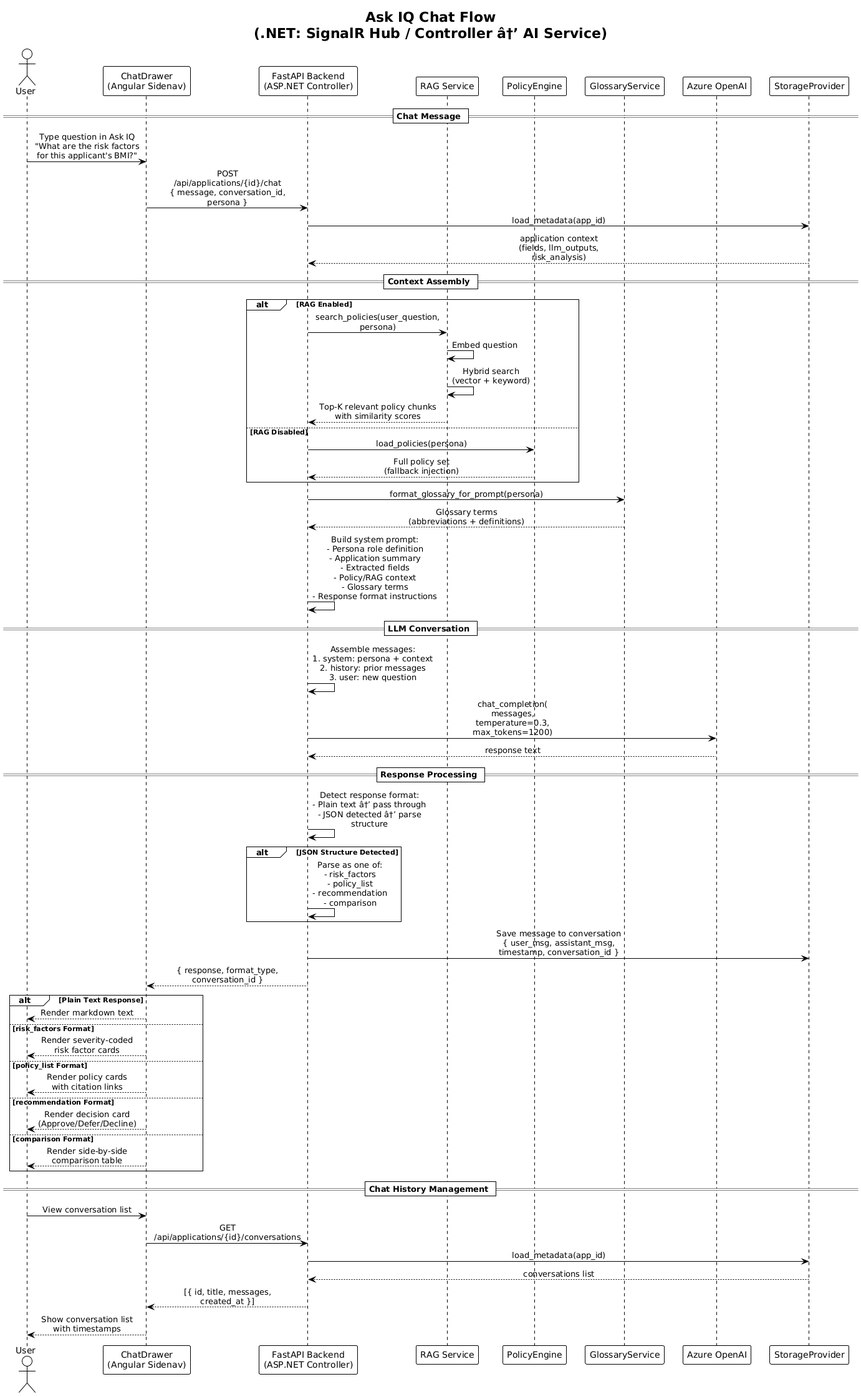
Earlier version of the PlantUML export docs/developer-guide/diagrams/sequence-chat.png (QuinntyneBrown/WorkbenchIQ). The source it was exported from:
```plantuml
@startuml
!theme plain
skinparam sequenceMessageAlign center
skinparam maxMessageSize 200

title Ask IQ Chat Flow\n(.NET: SignalR Hub / Controller â†’ AI Service)

actor "User" as user
participant "ChatDrawer\n(Angular Sidenav)" as chat
participant "FastAPI Backend\n(ASP.NET Controller)" as api
participant "RAG Service" as rag
participant "PolicyEngine" as pol
participant "GlossaryService" as glos
participant "Azure OpenAI" as aoai
participant "StorageProvider" as store

== Chat Message ==

user -> chat : Type question in Ask IQ\n"What are the risk factors\nfor this applicant's BMI?"

chat -> api : POST /api/applications/{id}/chat\n{ message, conversation_id, persona }

api -> store : load_metadata(app_id)
store --> api : application context\n(fields, llm_outputs, risk_analysis)

== Context Assembly ==

alt RAG Enabled
    api -> rag : search_policies(user_question, persona)
    rag -> rag : Embed question
    rag -> rag : Hybrid search\n(vector + keyword)
    rag --> api : Top-K relevant policy chunks\nwith similarity scores
else RAG Disabled
    api -> pol : load_policies(persona)
    pol --> api : Full policy set\n(fallback injection)
end

api -> glos : format_glossary_for_prompt(persona)
glos --> api : Glossary terms\n(abbreviations + definitions)

api -> api : Build system prompt:\n- Persona role definition\n- Application summary\n- Extracted fields\n- Policy/RAG context\n- Glossary terms\n- Response format instructions

== LLM Conversation ==

api -> api : Assemble messages:\n1. system: persona + context\n2. history: prior messages\n3. user: new question

api -> aoai : chat_completion(\nmessages,\ntemperature=0.3,\nmax_tokens=1200)
aoai --> api : response text

== Response Processing ==

api -> api : Detect response format:\n- Plain text â†’ pass through\n- JSON detected â†’ parse structure

alt JSON Structure Detected
    api -> api : Parse as one of:\n- risk_factors\n- policy_list\n- recommendation\n- comparison
end

api -> store : Save message to conversation\n{ user_msg, assistant_msg,\ntimestamp, conversation_id }

api --> chat : { response, format_type,\nconversation_id }

alt Plain Text Response
    chat --> user : Render markdown text
else risk_factors Format
    chat --> user : Render severity-coded\nrisk factor cards
else policy_list Format
    chat --> user : Render policy cards\nwith citation links
else recommendation Format
    chat --> user : Render decision card\n(Approve/Defer/Decline)
else comparison Format
    chat --> user : Render side-by-side\ncomparison table
end

== Chat History Management ==

user -> chat : View conversation list
chat -> api : GET /api/applications/{id}/conversations
api -> store : load_metadata(app_id)
store --> api : conversations list
api --> chat : [{ id, title, messages, created_at }]
chat --> user : Show conversation list\nwith timestamps
@enduml
```
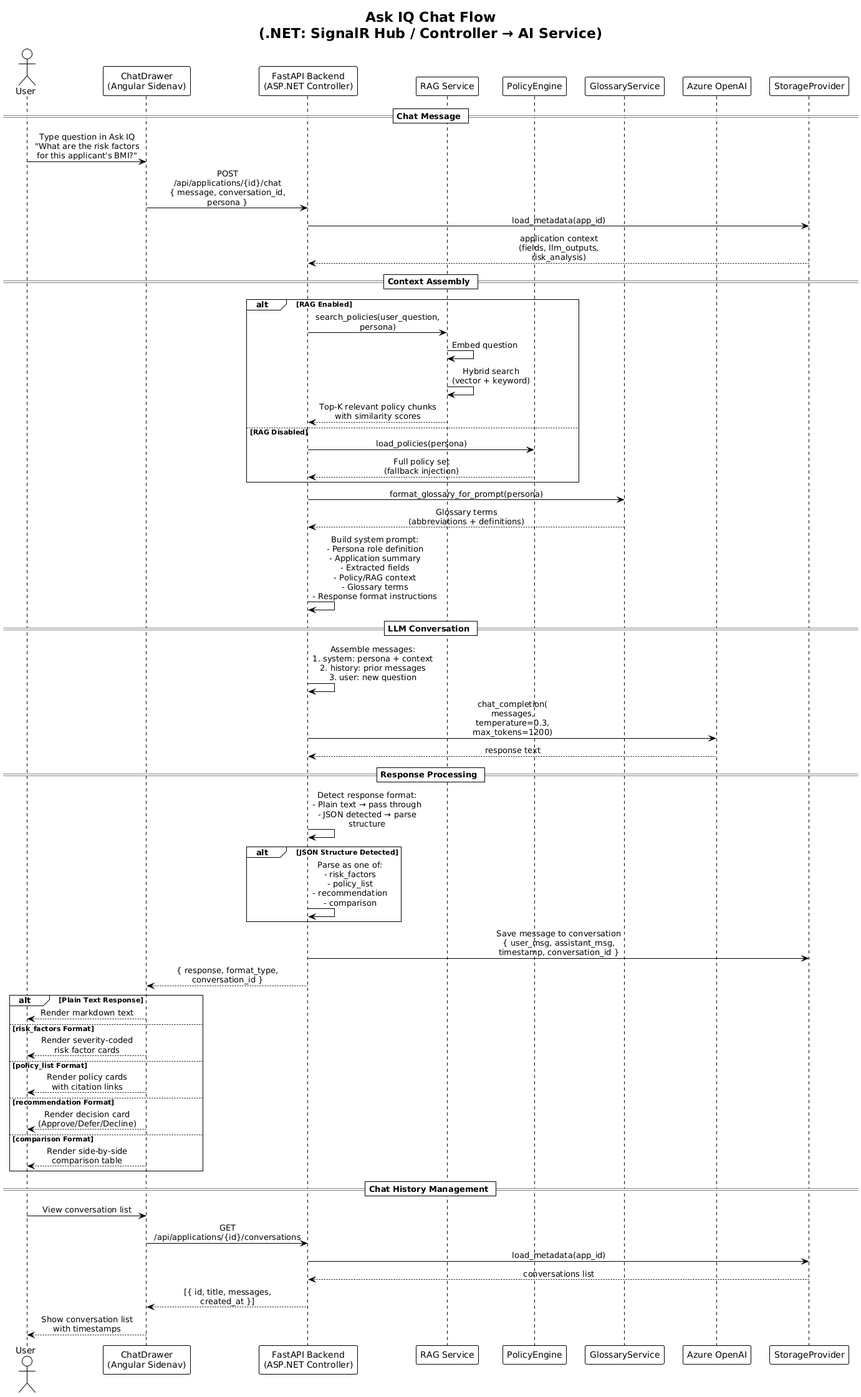
After the change.

Change to the diagram source:
```diff
@@ -3,7 +3,7 @@
 skinparam sequenceMessageAlign center
 skinparam maxMessageSize 200
 
-title Ask IQ Chat Flow\n(.NET: SignalR Hub / Controller â†’ AI Service)
+title Ask IQ Chat Flow\n(.NET: SignalR Hub / Controller → AI Service)
 
 actor "User" as user
 participant "ChatDrawer\n(Angular Sidenav)" as chat
@@ -49,7 +49,7 @@
 
 == Response Processing ==
 
-api -> api : Detect response format:\n- Plain text â†’ pass through\n- JSON detected â†’ parse structure
+api -> api : Detect response format:\n- Plain text → pass through\n- JSON detected → parse structure
 
 alt JSON Structure Detected
     api -> api : Parse as one of:\n- risk_factors\n- policy_list\n- recommendation\n- comparison
```
